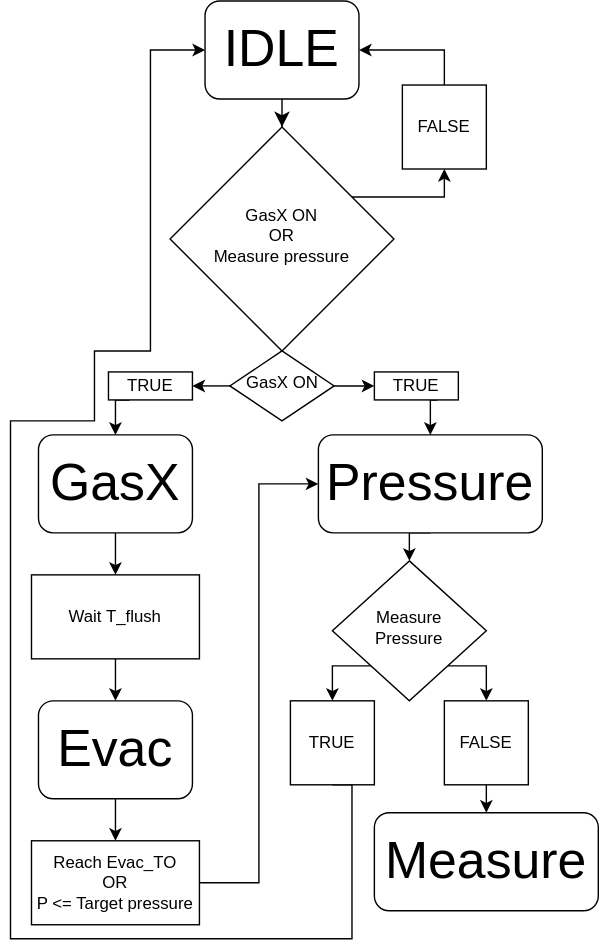
The draw.io diagram Untitled Diagram.drawio.svg in lampnis/vi-things, before a commit. Source tidied: cells renumbered, new cells last; positions are measured from the earlier drawing's top-left corner, leaving out a move shared by most shapes.
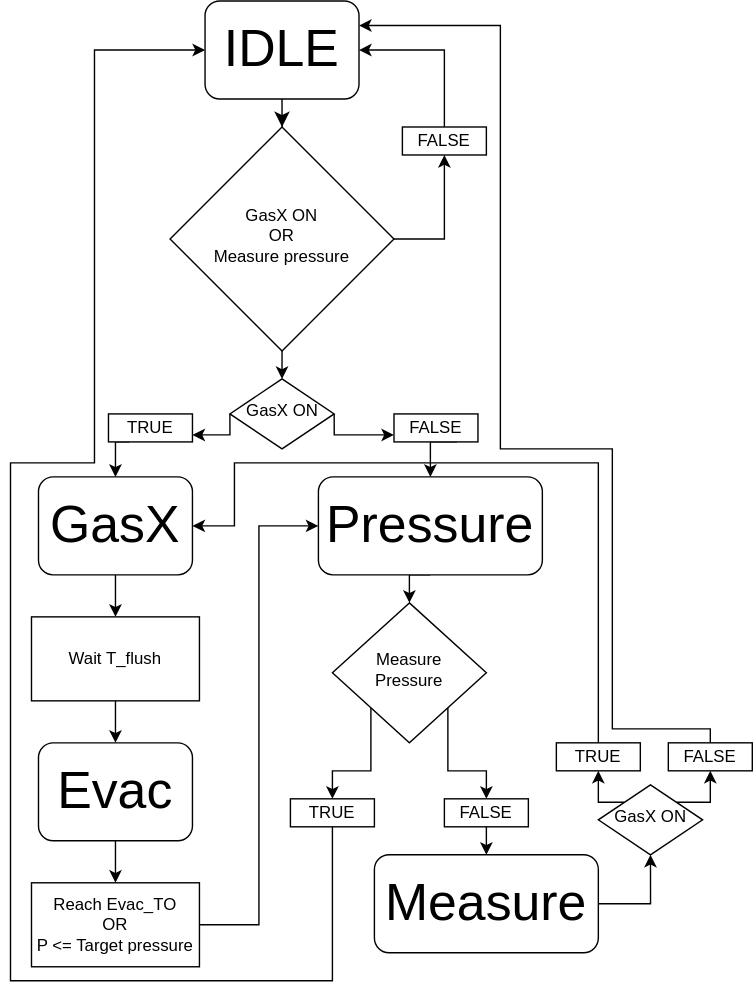
After the commit.

The edit, as a diff of the source:
```diff
@@ -6,7 +6,7 @@
       <mxGeometry relative="1" as="geometry" />
     </mxCell>
     <mxCell id="3" value="&lt;font style=&quot;font-size: 37px;&quot;&gt;IDLE&lt;/font&gt;" style="rounded=1;whiteSpace=wrap;html=1;fontSize=12;glass=0;strokeWidth=1;shadow=0;" parent="1" vertex="1">
-      <mxGeometry x="139" width="110" height="70" as="geometry" />
+      <mxGeometry x="139" y="-30" width="110" height="70" as="geometry" />
     </mxCell>
     <mxCell id="4" style="edgeStyle=orthogonalEdgeStyle;rounded=0;jettySize=auto;html=1;exitX=1;exitY=0;exitDx=0;exitDy=0;entryX=0.5;entryY=1;entryDx=0;entryDy=0;" parent="1" edge="1" source="5" target="25">
       <mxGeometry relative="1" as="geometry">
@@ -16,8 +16,11 @@
         </Array>
       </mxGeometry>
     </mxCell>
+    <mxCell id="33" style="edgeStyle=orthogonalEdgeStyle;rounded=0;jettySize=auto;html=1;exitX=0.5;exitY=1;exitDx=0;exitDy=0;entryX=0.5;entryY=0;entryDx=0;entryDy=0;" parent="1" edge="1" source="5" target="28">
+      <mxGeometry relative="1" as="geometry" />
+    </mxCell>
     <mxCell id="5" value="GasX ON&lt;div&gt;OR&lt;/div&gt;&lt;div&gt;Measure pressure&lt;/div&gt;" style="rhombus;whiteSpace=wrap;html=1;shadow=0;fontFamily=Helvetica;fontSize=12;align=center;strokeWidth=1;spacing=6;spacingTop=-4;" parent="1" vertex="1">
-      <mxGeometry x="114" y="90" width="160" height="160" as="geometry" />
+      <mxGeometry x="114" y="60" width="160" height="160" as="geometry" />
     </mxCell>
     <mxCell id="6" style="edgeStyle=orthogonalEdgeStyle;rounded=0;jettySize=auto;html=1;exitX=0.5;exitY=1;exitDx=0;exitDy=0;entryX=0.5;entryY=0;entryDx=0;entryDy=0;" parent="1" edge="1" source="7" target="11">
       <mxGeometry relative="1" as="geometry" />
@@ -61,25 +64,26 @@
     <mxCell id="19" style="edgeStyle=orthogonalEdgeStyle;rounded=0;jettySize=auto;html=1;exitX=0.5;exitY=1;exitDx=0;exitDy=0;entryX=0;entryY=0.5;entryDx=0;entryDy=0;" parent="1" edge="1" source="20" target="3">
       <mxGeometry relative="1" as="geometry">
         <Array as="points">
-          <mxPoint x="244" y="670" />
+          <mxPoint x="230" y="670" />
           <mxPoint y="670" />
           <mxPoint y="300" />
           <mxPoint x="60" y="300" />
-          <mxPoint x="60" y="250" />
-          <mxPoint x="100" y="250" />
-          <mxPoint x="100" y="35" />
+          <mxPoint x="60" y="5" />
         </Array>
       </mxGeometry>
     </mxCell>
     <mxCell id="20" value="TRUE" style="rounded=0;whiteSpace=wrap;html=1;" parent="1" vertex="1">
-      <mxGeometry x="200" y="500" width="60" height="60" as="geometry" />
+      <mxGeometry x="200" y="540" width="60" height="20" as="geometry" />
     </mxCell>
     <mxCell id="21" style="edgeStyle=orthogonalEdgeStyle;rounded=0;jettySize=auto;html=1;exitX=0.5;exitY=1;exitDx=0;exitDy=0;entryX=0.5;entryY=0;entryDx=0;entryDy=0;" parent="1" edge="1" source="22" target="23">
       <mxGeometry relative="1" as="geometry" />
     </mxCell>
     <mxCell id="22" value="FALSE" style="rounded=0;whiteSpace=wrap;html=1;" parent="1" vertex="1">
-      <mxGeometry x="310" y="500" width="60" height="60" as="geometry" />
+      <mxGeometry x="310" y="540" width="60" height="20" as="geometry" />
     </mxCell>
+    <mxCell id="34" style="edgeStyle=orthogonalEdgeStyle;rounded=0;jettySize=auto;html=1;exitX=1;exitY=0.5;exitDx=0;exitDy=0;entryX=0.5;entryY=1;entryDx=0;entryDy=0;" parent="1" edge="1" source="23" target="37">
+      <mxGeometry relative="1" as="geometry" />
+    </mxCell>
     <mxCell id="23" value="&lt;font style=&quot;font-size: 37px;&quot;&gt;Measure&lt;/font&gt;" style="rounded=1;whiteSpace=wrap;html=1;fontSize=12;glass=0;strokeWidth=1;shadow=0;" parent="1" vertex="1">
       <mxGeometry x="260" y="580" width="160" height="70" as="geometry" />
     </mxCell>
@@ -87,16 +91,24 @@
       <mxGeometry relative="1" as="geometry" />
     </mxCell>
     <mxCell id="25" value="FALSE" style="rounded=0;whiteSpace=wrap;html=1;" parent="1" vertex="1">
-      <mxGeometry x="280" y="60" width="60" height="60" as="geometry" />
+      <mxGeometry x="280" y="60" width="60" height="20" as="geometry" />
     </mxCell>
-    <mxCell id="26" style="edgeStyle=orthogonalEdgeStyle;rounded=0;jettySize=auto;html=1;exitX=0;exitY=0.5;exitDx=0;exitDy=0;entryX=1;entryY=0.5;entryDx=0;entryDy=0;" parent="1" edge="1" source="28" target="30">
-      <mxGeometry relative="1" as="geometry" />
+    <mxCell id="26" style="edgeStyle=orthogonalEdgeStyle;rounded=0;jettySize=auto;html=1;exitX=0;exitY=0.5;exitDx=0;exitDy=0;entryX=1;entryY=0.75;entryDx=0;entryDy=0;" parent="1" edge="1" source="28" target="30">
+      <mxGeometry relative="1" as="geometry">
+        <Array as="points">
+          <mxPoint x="157" y="280" />
+        </Array>
+      </mxGeometry>
     </mxCell>
     <mxCell id="27" style="edgeStyle=orthogonalEdgeStyle;rounded=0;jettySize=auto;html=1;exitX=1;exitY=0.5;exitDx=0;exitDy=0;" parent="1" edge="1" source="28" target="32">
-      <mxGeometry relative="1" as="geometry" />
+      <mxGeometry relative="1" as="geometry">
+        <Array as="points">
+          <mxPoint x="231" y="280" />
+        </Array>
+      </mxGeometry>
     </mxCell>
     <mxCell id="28" value="GasX ON" style="rhombus;whiteSpace=wrap;html=1;shadow=0;fontFamily=Helvetica;fontSize=12;align=center;strokeWidth=1;spacing=6;spacingTop=-4;" parent="1" vertex="1">
-      <mxGeometry x="156.8" y="250" width="74.5" height="50" as="geometry" />
+      <mxGeometry x="156.8" y="240" width="74.5" height="50" as="geometry" />
     </mxCell>
     <mxCell id="29" style="edgeStyle=orthogonalEdgeStyle;rounded=0;jettySize=auto;html=1;exitX=0.25;exitY=1;exitDx=0;exitDy=0;entryX=0.5;entryY=0;entryDx=0;entryDy=0;" parent="1" edge="1" source="30" target="7">
       <mxGeometry relative="1" as="geometry" />
@@ -107,8 +119,43 @@
     <mxCell id="31" style="edgeStyle=orthogonalEdgeStyle;rounded=0;jettySize=auto;html=1;exitX=0.75;exitY=1;exitDx=0;exitDy=0;entryX=0.5;entryY=0;entryDx=0;entryDy=0;" parent="1" edge="1" source="32" target="9">
       <mxGeometry relative="1" as="geometry" />
     </mxCell>
-    <mxCell id="32" value="TRUE" style="rounded=0;whiteSpace=wrap;html=1;" parent="1" vertex="1">
-      <mxGeometry x="260" y="265" width="60" height="20" as="geometry" />
+    <mxCell id="32" value="FALSE" style="rounded=0;whiteSpace=wrap;html=1;" parent="1" vertex="1">
+      <mxGeometry x="274" y="265" width="60" height="20" as="geometry" />
     </mxCell>
+    <mxCell id="35" style="edgeStyle=orthogonalEdgeStyle;rounded=0;jettySize=auto;html=1;exitX=0;exitY=0;exitDx=0;exitDy=0;entryX=0.5;entryY=1;entryDx=0;entryDy=0;" parent="1" edge="1" source="37" target="38">
+      <mxGeometry relative="1" as="geometry" />
+    </mxCell>
+    <mxCell id="36" style="edgeStyle=orthogonalEdgeStyle;rounded=0;jettySize=auto;html=1;exitX=1;exitY=0;exitDx=0;exitDy=0;entryX=0.5;entryY=1;entryDx=0;entryDy=0;" parent="1" edge="1" source="37" target="40">
+      <mxGeometry relative="1" as="geometry" />
+    </mxCell>
+    <mxCell id="37" value="GasX ON" style="rhombus;whiteSpace=wrap;html=1;shadow=0;fontFamily=Helvetica;fontSize=12;align=center;strokeWidth=1;spacing=6;spacingTop=-4;" parent="1" vertex="1">
+      <mxGeometry x="420" y="530" width="74.5" height="50" as="geometry" />
+    </mxCell>
+    <mxCell id="38" value="TRUE" style="rounded=0;whiteSpace=wrap;html=1;" parent="1" vertex="1">
+      <mxGeometry x="390" y="500" width="60" height="20" as="geometry" />
+    </mxCell>
+    <mxCell id="39" style="edgeStyle=orthogonalEdgeStyle;rounded=0;jettySize=auto;html=1;exitX=0.5;exitY=0;exitDx=0;exitDy=0;entryX=1;entryY=0.25;entryDx=0;entryDy=0;" parent="1" edge="1" source="40" target="3">
+      <mxGeometry relative="1" as="geometry">
+        <Array as="points">
+          <mxPoint x="500" y="490" />
+          <mxPoint x="430" y="490" />
+          <mxPoint x="430" y="290" />
+          <mxPoint x="350" y="290" />
+          <mxPoint x="350" y="-12" />
+        </Array>
+      </mxGeometry>
+    </mxCell>
+    <mxCell id="40" value="FALSE" style="rounded=0;whiteSpace=wrap;html=1;" parent="1" vertex="1">
+      <mxGeometry x="470" y="500" width="60" height="20" as="geometry" />
+    </mxCell>
+    <mxCell id="41" style="edgeStyle=orthogonalEdgeStyle;rounded=0;jettySize=auto;html=1;exitX=0.5;exitY=0;exitDx=0;exitDy=0;entryX=1;entryY=0.5;entryDx=0;entryDy=0;anchorPointDirection=1;flowAnimation=0;" parent="1" edge="1" source="38" target="7">
+      <mxGeometry relative="1" as="geometry">
+        <Array as="points">
+          <mxPoint x="420" y="300" />
+          <mxPoint x="160" y="300" />
+          <mxPoint x="160" y="345" />
+        </Array>
+      </mxGeometry>
+    </mxCell>
   </root>
 </mxGraphModel>
```
